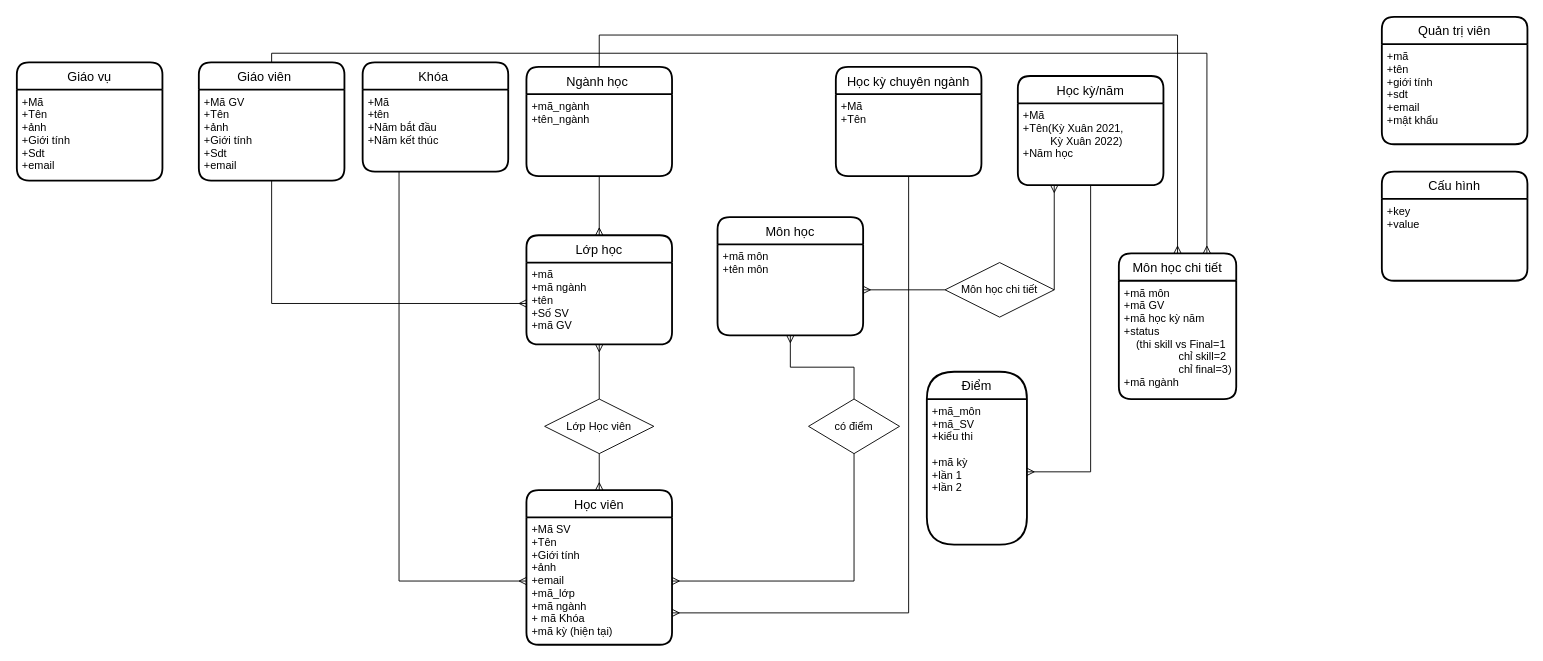
Above: page "Page-1" (1 of 2) of document/QuanLyDiem - So_do_thuc_the.drawio in AnhQB/QuanLyDiemHocVien (draw.io), before the change. Source tidied: cells renumbered, new cells numbered last; positions are measured from the earlier drawing's top-left corner, leaving out a move shared by most shapes. Both pictures are drawn from the tidied source at 91%, with x=0, y=0 at pixel (16, 16).
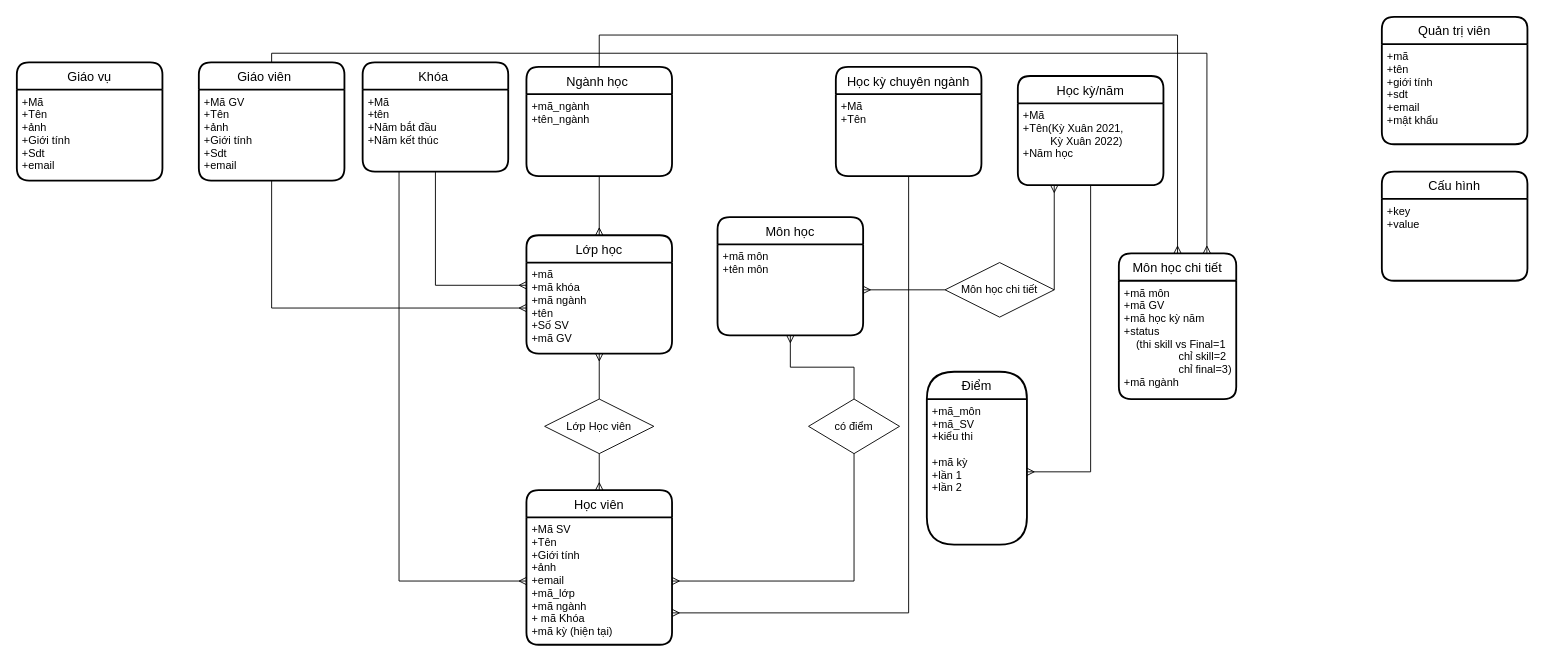
After the change.

The change refers to these unchanged cells:
```xml
<mxCell id="23" value="+Mã&#10;+tên&#10;+Năm bắt đầu&#10;+Năm kết thúc" style="align=left;strokeColor=none;fillColor=none;spacingLeft=4;fontSize=12;verticalAlign=top;" parent="22" vertex="1">
  <mxGeometry y="30" width="160" height="90" as="geometry" />
</mxCell>
```

The edit, as a diff of the source:
```diff
@@
     <mxCell id="8" value="Lớp học" style="swimlane;horizontal=1;startSize=30;rounded=1;fontSize=14;fontStyle=0;strokeWidth=2;shadow=0;dashed=0;align=center;" parent="1" vertex="1">
-      <mxGeometry x="560" y="240" width="160" height="120" as="geometry" />
+      <mxGeometry x="560" y="240" width="160" height="130" as="geometry" />
     </mxCell>
-    <mxCell id="9" value="+mã&#10;+mã ngành&#10;+tên&#10;+Số SV&#10;+mã GV" style="align=left;strokeColor=none;fillColor=none;spacingLeft=4;fontSize=12;verticalAlign=top;" parent="8" vertex="1">
-      <mxGeometry y="30" width="160" height="90" as="geometry" />
+    <mxCell id="9" value="+mã&#10;+mã khóa&#10;+mã ngành&#10;+tên&#10;+Số SV&#10;+mã GV" style="align=left;strokeColor=none;fillColor=none;spacingLeft=4;fontSize=12;verticalAlign=top;" parent="8" vertex="1">
+      <mxGeometry y="30" width="160" height="100" as="geometry" />
     </mxCell>
@@
+    <mxCell id="45" style="edgeStyle=orthogonalEdgeStyle;fontSize=12;html=1;endArrow=ERmany;rounded=0;exitX=0.5;exitY=1;exitDx=0;exitDy=0;entryX=0;entryY=0.25;entryDx=0;entryDy=0;" parent="1" edge="1" source="23" target="9">
+      <mxGeometry relative="1" as="geometry" />
+    </mxCell>
```
